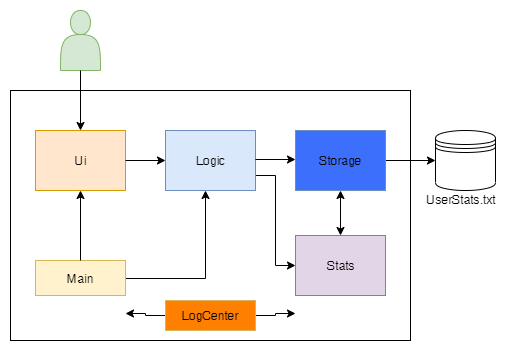
Earlier version of the draw.io export docs/images/ArchitectureDiagram.png (sevenmatt7/main). Source tidied: cells renumbered, new cells last; positions are measured from the earlier drawing's top-left corner, leaving out a move shared by most shapes.
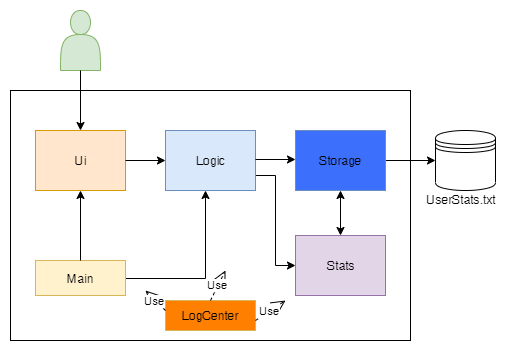
After the change.

Diff of the diagram source:
```diff
@@ -62,21 +62,28 @@
     <mxCell id="17" value="Storage" style="rounded=0;whiteSpace=wrap;html=1;fillColor=#3C70FC;strokeColor=#6c8ebf;" parent="1" vertex="1">
       <mxGeometry x="285" y="120" width="90" height="60" as="geometry" />
     </mxCell>
-    <mxCell id="18" style="edgeStyle=orthogonalEdgeStyle;rounded=0;jettySize=auto;html=1;" parent="1" edge="1" source="20">
-      <mxGeometry relative="1" as="geometry">
-        <mxPoint x="115" y="303" as="targetPoint" />
-      </mxGeometry>
-    </mxCell>
-    <mxCell id="19" style="edgeStyle=orthogonalEdgeStyle;rounded=0;jettySize=auto;html=1;" parent="1" edge="1" source="20">
-      <mxGeometry relative="1" as="geometry">
-        <mxPoint x="285" y="303" as="targetPoint" />
-      </mxGeometry>
-    </mxCell>
     <mxCell id="20" value="LogCenter" style="rounded=0;whiteSpace=wrap;html=1;fillColor=#FF8000;strokeColor=#d6b656;shadow=0;" parent="1" vertex="1">
       <mxGeometry x="155" y="290" width="90" height="30" as="geometry" />
     </mxCell>
     <mxCell id="21" style="endArrow=classic;startArrow=classic;html=1;exitX=0.5;exitY=0;exitDx=0;exitDy=0;" parent="1" edge="1" source="8" target="17">
       <mxGeometry relative="1" as="geometry" />
     </mxCell>
+    <mxCell id="22" value="Use" style="endArrow=open;endSize=12;dashed=1;html=1;exitX=0.5;exitY=0;exitDx=0;exitDy=0;" parent="1" edge="1" source="20">
+      <mxGeometry relative="1" as="geometry">
+        <mxPoint x="215" y="260" as="targetPoint" />
+      </mxGeometry>
+    </mxCell>
+    <mxCell id="23" value="Use" style="endArrow=open;endSize=12;dashed=1;html=1;" parent="1" edge="1">
+      <mxGeometry relative="1" as="geometry">
+        <mxPoint x="245" y="310" as="sourcePoint" />
+        <mxPoint x="275" y="290" as="targetPoint" />
+      </mxGeometry>
+    </mxCell>
+    <mxCell id="24" value="Use" style="endArrow=open;endSize=12;dashed=1;html=1;" parent="1" edge="1">
+      <mxGeometry relative="1" as="geometry">
+        <mxPoint x="155" y="300" as="sourcePoint" />
+        <mxPoint x="135" y="280" as="targetPoint" />
+      </mxGeometry>
+    </mxCell>
   </root>
 </mxGraphModel>
```
